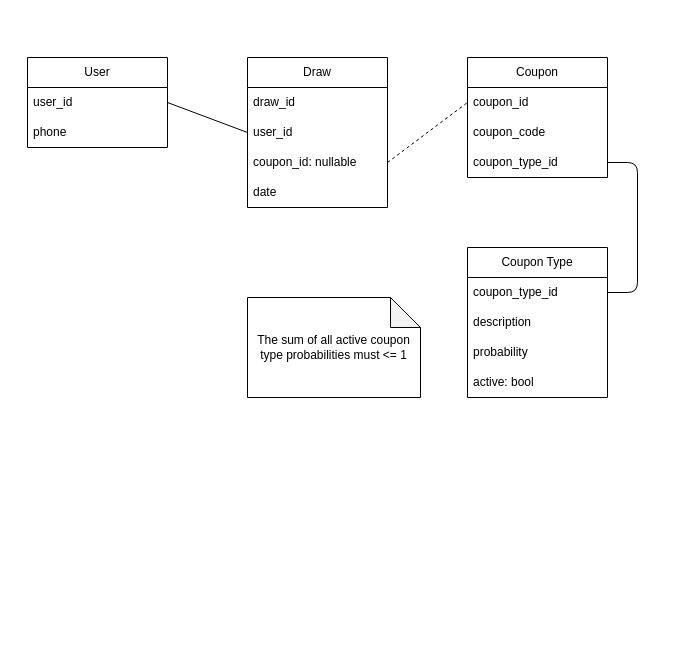
Before: sys-arch.drawio in artizon-io/lucky-draw-web-service, a draw.io diagram. Source tidied: cells renumbered, new cells numbered last; positions are measured from the earlier drawing's top-left corner, leaving out a move shared by most shapes. Both pictures are drawn from the tidied source at 100%, with x=0, y=0 at pixel (27, 57).
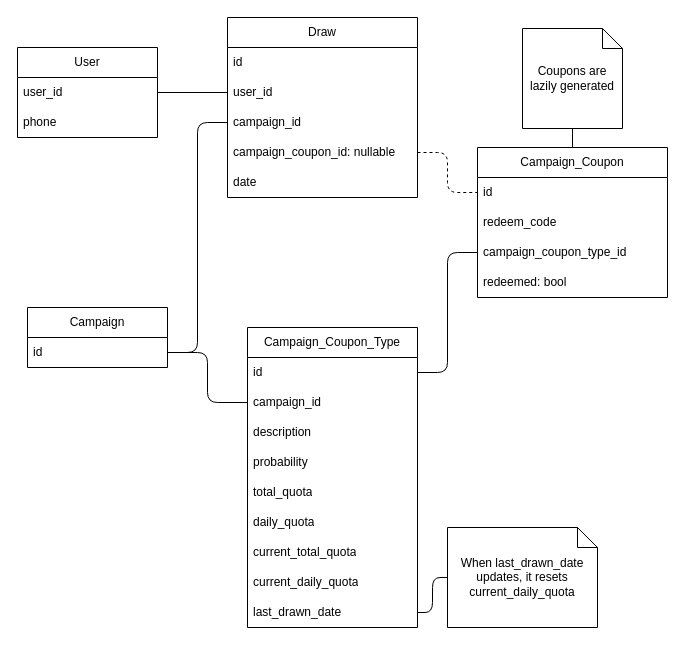
The same diagram, later.

Unchanged cells that the change refers to:
```xml
<mxCell id="13" value="user_id" style="text;strokeColor=none;fillColor=none;align=left;verticalAlign=middle;spacingLeft=4;spacingRight=4;overflow=hidden;points=[[0,0.5],[1,0.5]];portConstraint=eastwest;whiteSpace=wrap;html=1;" parent="12" vertex="1">
  <mxGeometry y="30" width="140" height="30" as="geometry" />
</mxCell>
```

What changed in the source:
```diff
@@
     <mxCell id="2" value="Draw" style="swimlane;fontStyle=0;horizontal=1;startSize=30;whiteSpace=wrap;html=1;" parent="1" vertex="1">
-      <mxGeometry x="220" width="140" height="150" as="geometry" />
+      <mxGeometry x="200" y="-40" width="190" height="180" as="geometry" />
     </mxCell>
-    <mxCell id="3" value="draw_id" style="text;strokeColor=none;fillColor=none;align=left;verticalAlign=middle;spacingLeft=4;spacingRight=4;overflow=hidden;whiteSpace=wrap;html=1;" parent="2" vertex="1">
-      <mxGeometry y="30" width="140" height="30" as="geometry" />
+    <mxCell id="3" value="id" style="text;strokeColor=none;fillColor=none;align=left;verticalAlign=middle;spacingLeft=4;spacingRight=4;overflow=hidden;whiteSpace=wrap;html=1;" parent="2" vertex="1">
+      <mxGeometry y="30" width="190" height="30" as="geometry" />
     </mxCell>
     <mxCell id="4" value="user_id" style="text;strokeColor=none;fillColor=none;align=left;verticalAlign=middle;spacingLeft=4;spacingRight=4;overflow=hidden;points=[[0,0.5],[1,0.5]];portConstraint=eastwest;whiteSpace=wrap;html=1;" parent="2" vertex="1">
-      <mxGeometry y="60" width="140" height="30" as="geometry" />
+      <mxGeometry y="60" width="190" height="30" as="geometry" />
     </mxCell>
-    <mxCell id="5" value="coupon_id: nullable" style="text;strokeColor=none;fillColor=none;align=left;verticalAlign=middle;spacingLeft=4;spacingRight=4;overflow=hidden;points=[[0,0.5],[1,0.5]];portConstraint=eastwest;whiteSpace=wrap;html=1;" parent="2" vertex="1">
-      <mxGeometry y="90" width="140" height="30" as="geometry" />
+    <mxCell id="5" value="campaign_id" style="text;strokeColor=none;fillColor=none;align=left;verticalAlign=middle;spacingLeft=4;spacingRight=4;overflow=hidden;points=[[0,0.5],[1,0.5]];portConstraint=eastwest;whiteSpace=wrap;html=1;" parent="2" vertex="1">
+      <mxGeometry y="90" width="190" height="30" as="geometry" />
     </mxCell>
+    <mxCell id="23" value="campaign_coupon_id: nullable" style="text;strokeColor=none;fillColor=none;align=left;verticalAlign=middle;spacingLeft=4;spacingRight=4;overflow=hidden;points=[[0,0.5],[1,0.5]];portConstraint=eastwest;whiteSpace=wrap;html=1;" parent="2" vertex="1">
+      <mxGeometry y="120" width="190" height="30" as="geometry" />
+    </mxCell>
     <mxCell id="6" value="date" style="text;strokeColor=none;fillColor=none;align=left;verticalAlign=middle;spacingLeft=4;spacingRight=4;overflow=hidden;whiteSpace=wrap;html=1;" parent="2" vertex="1">
-      <mxGeometry y="120" width="140" height="30" as="geometry" />
+      <mxGeometry y="150" width="190" height="30" as="geometry" />
     </mxCell>
-    <mxCell id="7" value="Coupon" style="swimlane;fontStyle=0;horizontal=1;startSize=30;whiteSpace=wrap;html=1;" parent="1" vertex="1">
-      <mxGeometry x="440" width="140" height="120" as="geometry" />
+    <mxCell id="7" value="Campaign_Coupon" style="swimlane;fontStyle=0;horizontal=1;startSize=30;whiteSpace=wrap;html=1;" parent="1" vertex="1">
+      <mxGeometry x="450" y="90" width="190" height="150" as="geometry" />
     </mxCell>
-    <mxCell id="8" value="coupon_id" style="text;strokeColor=none;fillColor=none;align=left;verticalAlign=middle;spacingLeft=4;spacingRight=4;overflow=hidden;points=[[0,0.5],[1,0.5]];portConstraint=eastwest;whiteSpace=wrap;html=1;" parent="7" vertex="1">
-      <mxGeometry y="30" width="140" height="30" as="geometry" />
+    <mxCell id="8" value="id" style="text;strokeColor=none;fillColor=none;align=left;verticalAlign=middle;spacingLeft=4;spacingRight=4;overflow=hidden;points=[[0,0.5],[1,0.5]];portConstraint=eastwest;whiteSpace=wrap;html=1;" parent="7" vertex="1">
+      <mxGeometry y="30" width="190" height="30" as="geometry" />
     </mxCell>
-    <mxCell id="9" value="coupon_code" style="text;strokeColor=none;fillColor=none;align=left;verticalAlign=middle;spacingLeft=4;spacingRight=4;overflow=hidden;whiteSpace=wrap;html=1;" parent="7" vertex="1">
-      <mxGeometry y="60" width="140" height="30" as="geometry" />
+    <mxCell id="9" value="redeem_code" style="text;strokeColor=none;fillColor=none;align=left;verticalAlign=middle;spacingLeft=4;spacingRight=4;overflow=hidden;whiteSpace=wrap;html=1;" parent="7" vertex="1">
+      <mxGeometry y="60" width="190" height="30" as="geometry" />
     </mxCell>
-    <mxCell id="10" value="coupon_type_id" style="text;strokeColor=none;fillColor=none;align=left;verticalAlign=middle;spacingLeft=4;spacingRight=4;overflow=hidden;points=[[0,0.5],[1,0.5]];portConstraint=eastwest;whiteSpace=wrap;html=1;" parent="7" vertex="1">
-      <mxGeometry y="90" width="140" height="30" as="geometry" />
+    <mxCell id="10" value="campaign_coupon_type_id" style="text;strokeColor=none;fillColor=none;align=left;verticalAlign=middle;spacingLeft=4;spacingRight=4;overflow=hidden;points=[[0,0.5],[1,0.5]];portConstraint=eastwest;whiteSpace=wrap;html=1;" parent="7" vertex="1">
+      <mxGeometry y="90" width="190" height="30" as="geometry" />
     </mxCell>
-    <mxCell id="11" style="edgeStyle=none;html=1;exitX=1;exitY=0.5;exitDx=0;exitDy=0;entryX=0;entryY=0.5;entryDx=0;entryDy=0;endArrow=none;endFill=0;dashed=1;" parent="1" edge="1" source="5" target="8">
-      <mxGeometry relative="1" as="geometry" />
-    </mxCell>
+    <mxCell id="24" value="redeemed: bool" style="text;strokeColor=none;fillColor=none;align=left;verticalAlign=middle;spacingLeft=4;spacingRight=4;overflow=hidden;whiteSpace=wrap;html=1;" parent="7" vertex="1">
+      <mxGeometry y="120" width="190" height="30" as="geometry" />
+    </mxCell>
     <mxCell id="12" value="User" style="swimlane;fontStyle=0;horizontal=1;startSize=30;whiteSpace=wrap;html=1;" parent="1" vertex="1">
-      <mxGeometry width="140" height="90" as="geometry" />
+      <mxGeometry x="-10" y="-10" width="140" height="90" as="geometry" />
     </mxCell>
@@
-    <mxCell id="15" style="edgeStyle=none;html=1;exitX=1;exitY=0.5;exitDx=0;exitDy=0;entryX=0;entryY=0.5;entryDx=0;entryDy=0;endArrow=none;endFill=0;" parent="1" edge="1" source="13" target="4">
+    <mxCell id="15" style="edgeStyle=orthogonalEdgeStyle;html=1;exitX=1;exitY=0.5;exitDx=0;exitDy=0;entryX=0;entryY=0.5;entryDx=0;entryDy=0;endArrow=none;endFill=0;" parent="1" edge="1" source="13" target="4">
       <mxGeometry relative="1" as="geometry" />
     </mxCell>
-    <mxCell id="16" value="Coupon Type" style="swimlane;fontStyle=0;horizontal=1;startSize=30;whiteSpace=wrap;html=1;" parent="1" vertex="1">
-      <mxGeometry x="440" y="190" width="140" height="150" as="geometry" />
-    </mxCell>
-    <mxCell id="17" value="coupon_type_id" style="text;strokeColor=none;fillColor=none;align=left;verticalAlign=middle;spacingLeft=4;spacingRight=4;overflow=hidden;points=[[0,0.5],[1,0.5]];portConstraint=eastwest;whiteSpace=wrap;html=1;" parent="16" vertex="1">
-      <mxGeometry y="30" width="140" height="30" as="geometry" />
-    </mxCell>
+    <mxCell id="25" value="Campaign" style="swimlane;fontStyle=0;horizontal=1;startSize=30;whiteSpace=wrap;html=1;" parent="1" vertex="1">
+      <mxGeometry y="250" width="140" height="60" as="geometry" />
+    </mxCell>
+    <mxCell id="26" value="id" style="text;strokeColor=none;fillColor=none;align=left;verticalAlign=middle;spacingLeft=4;spacingRight=4;overflow=hidden;points=[[0,0.5],[1,0.5]];portConstraint=eastwest;whiteSpace=wrap;html=1;" parent="25" vertex="1">
+      <mxGeometry y="30" width="140" height="30" as="geometry" />
+    </mxCell>
+    <mxCell id="27" value="Campaign_Coupon_Type" style="swimlane;fontStyle=0;horizontal=1;startSize=30;whiteSpace=wrap;html=1;" parent="1" vertex="1">
+      <mxGeometry x="220" y="270" width="170" height="300" as="geometry" />
+    </mxCell>
+    <mxCell id="28" value="id" style="text;strokeColor=none;fillColor=none;align=left;verticalAlign=middle;spacingLeft=4;spacingRight=4;overflow=hidden;points=[[0,0.5],[1,0.5]];portConstraint=eastwest;whiteSpace=wrap;html=1;" parent="27" vertex="1">
+      <mxGeometry y="30" width="170" height="30" as="geometry" />
+    </mxCell>
+    <mxCell id="29" value="campaign_id" style="text;strokeColor=none;fillColor=none;align=left;verticalAlign=middle;spacingLeft=4;spacingRight=4;overflow=hidden;points=[[0,0.5],[1,0.5]];portConstraint=eastwest;whiteSpace=wrap;html=1;" parent="27" vertex="1">
+      <mxGeometry y="60" width="170" height="30" as="geometry" />
+    </mxCell>
-    <mxCell id="18" value="description" style="text;strokeColor=none;fillColor=none;align=left;verticalAlign=middle;spacingLeft=4;spacingRight=4;overflow=hidden;whiteSpace=wrap;html=1;" parent="16" vertex="1">
-      <mxGeometry y="60" width="140" height="30" as="geometry" />
+    <mxCell id="18" value="description" style="text;strokeColor=none;fillColor=none;align=left;verticalAlign=middle;spacingLeft=4;spacingRight=4;overflow=hidden;whiteSpace=wrap;html=1;" parent="27" vertex="1">
+      <mxGeometry y="90" width="170" height="30" as="geometry" />
     </mxCell>
-    <mxCell id="19" value="probability" style="text;strokeColor=none;fillColor=none;align=left;verticalAlign=middle;spacingLeft=4;spacingRight=4;overflow=hidden;whiteSpace=wrap;html=1;" parent="16" vertex="1">
-      <mxGeometry y="90" width="140" height="30" as="geometry" />
+    <mxCell id="19" value="probability" style="text;strokeColor=none;fillColor=none;align=left;verticalAlign=middle;spacingLeft=4;spacingRight=4;overflow=hidden;whiteSpace=wrap;html=1;" parent="27" vertex="1">
+      <mxGeometry y="120" width="170" height="30" as="geometry" />
     </mxCell>
-    <mxCell id="20" value="active: bool" style="text;strokeColor=none;fillColor=none;align=left;verticalAlign=middle;spacingLeft=4;spacingRight=4;overflow=hidden;whiteSpace=wrap;html=1;" parent="16" vertex="1">
-      <mxGeometry y="120" width="140" height="30" as="geometry" />
-    </mxCell>
-    <mxCell id="21" style="edgeStyle=orthogonalEdgeStyle;html=1;exitX=1;exitY=0.5;exitDx=0;exitDy=0;entryX=1;entryY=0.5;entryDx=0;entryDy=0;endArrow=none;endFill=0;" parent="1" edge="1" source="10" target="17">
-      <mxGeometry relative="1" as="geometry">
-        <Array as="points">
-          <mxPoint x="610" y="105" />
-          <mxPoint x="610" y="235" />
-        </Array>
-      </mxGeometry>
-    </mxCell>
-    <mxCell id="22" value="The sum of all active coupon type probabilities must &amp;lt;= 1" style="shape=note;whiteSpace=wrap;html=1;backgroundOutline=1;darkOpacity=0.05;" parent="1" vertex="1">
-      <mxGeometry x="220" y="240" width="173" height="100" as="geometry" />
-    </mxCell>
+    <mxCell id="30" value="total_quota" style="text;strokeColor=none;fillColor=none;align=left;verticalAlign=middle;spacingLeft=4;spacingRight=4;overflow=hidden;whiteSpace=wrap;html=1;" parent="27" vertex="1">
+      <mxGeometry y="150" width="170" height="30" as="geometry" />
+    </mxCell>
+    <mxCell id="31" value="daily_quota" style="text;strokeColor=none;fillColor=none;align=left;verticalAlign=middle;spacingLeft=4;spacingRight=4;overflow=hidden;whiteSpace=wrap;html=1;" parent="27" vertex="1">
+      <mxGeometry y="180" width="170" height="30" as="geometry" />
+    </mxCell>
+    <mxCell id="32" value="current_total_quota" style="text;strokeColor=none;fillColor=none;align=left;verticalAlign=middle;spacingLeft=4;spacingRight=4;overflow=hidden;whiteSpace=wrap;html=1;" parent="27" vertex="1">
+      <mxGeometry y="210" width="170" height="30" as="geometry" />
+    </mxCell>
+    <mxCell id="33" value="current_daily_quota" style="text;strokeColor=none;fillColor=none;align=left;verticalAlign=middle;spacingLeft=4;spacingRight=4;overflow=hidden;whiteSpace=wrap;html=1;" parent="27" vertex="1">
+      <mxGeometry y="240" width="170" height="30" as="geometry" />
+    </mxCell>
+    <mxCell id="34" value="last_drawn_date" style="text;strokeColor=none;fillColor=none;align=left;verticalAlign=middle;spacingLeft=4;spacingRight=4;overflow=hidden;points=[[0,0.5],[1,0.5]];portConstraint=eastwest;whiteSpace=wrap;html=1;" parent="27" vertex="1">
+      <mxGeometry y="270" width="170" height="30" as="geometry" />
+    </mxCell>
+    <mxCell id="35" style="edgeStyle=orthogonalEdgeStyle;html=1;exitX=1;exitY=0.5;exitDx=0;exitDy=0;entryX=0;entryY=0.5;entryDx=0;entryDy=0;endArrow=none;endFill=0;" parent="1" edge="1" source="26" target="29">
+      <mxGeometry relative="1" as="geometry" />
+    </mxCell>
+    <mxCell id="36" style="edgeStyle=orthogonalEdgeStyle;html=1;exitX=0;exitY=0.5;exitDx=0;exitDy=0;entryX=1;entryY=0.5;entryDx=0;entryDy=0;endArrow=none;endFill=0;" parent="1" edge="1" source="5" target="26">
+      <mxGeometry relative="1" as="geometry" />
+    </mxCell>
+    <mxCell id="37" style="edgeStyle=orthogonalEdgeStyle;html=1;exitX=1;exitY=0.5;exitDx=0;exitDy=0;entryX=0;entryY=0.5;entryDx=0;entryDy=0;endArrow=none;endFill=0;dashed=1;" parent="1" edge="1" source="23" target="8">
+      <mxGeometry relative="1" as="geometry" />
+    </mxCell>
+    <mxCell id="38" style="edgeStyle=orthogonalEdgeStyle;html=1;exitX=0;exitY=0.5;exitDx=0;exitDy=0;entryX=1;entryY=0.5;entryDx=0;entryDy=0;endArrow=none;endFill=0;" parent="1" edge="1" source="10" target="28">
+      <mxGeometry relative="1" as="geometry" />
+    </mxCell>
+    <mxCell id="39" style="edgeStyle=orthogonalEdgeStyle;html=1;exitX=0.5;exitY=1;exitDx=0;exitDy=0;exitPerimeter=0;entryX=0.5;entryY=0;entryDx=0;entryDy=0;endArrow=none;endFill=0;" parent="1" edge="1" source="40" target="7">
+      <mxGeometry relative="1" as="geometry" />
+    </mxCell>
+    <mxCell id="40" value="Coupons are lazily generated" style="shape=note;size=20;whiteSpace=wrap;html=1;" parent="1" vertex="1">
+      <mxGeometry x="495" y="-29" width="100" height="100" as="geometry" />
+    </mxCell>
+    <mxCell id="41" style="edgeStyle=orthogonalEdgeStyle;html=1;exitX=0;exitY=0.5;exitDx=0;exitDy=0;exitPerimeter=0;entryX=1;entryY=0.5;entryDx=0;entryDy=0;endArrow=none;endFill=0;" parent="1" edge="1" source="42" target="34">
+      <mxGeometry relative="1" as="geometry" />
+    </mxCell>
+    <mxCell id="42" value="When last_drawn_date updates, it resets current_daily_quota" style="shape=note;size=20;whiteSpace=wrap;html=1;" parent="1" vertex="1">
+      <mxGeometry x="420" y="470" width="150" height="100" as="geometry" />
+    </mxCell>
```
